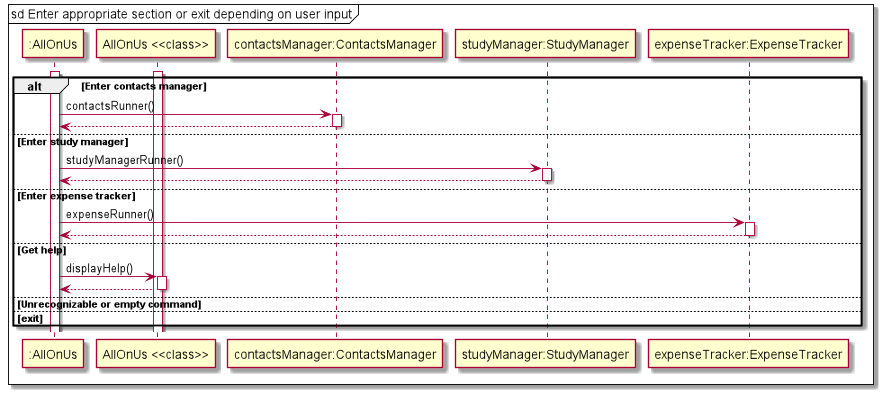
This is docs/images/MenuFeaturesSequenceSubDiagram.png from nus-cs2113-AY2122S2/tp, a PlantUML export, as it was before one commit.
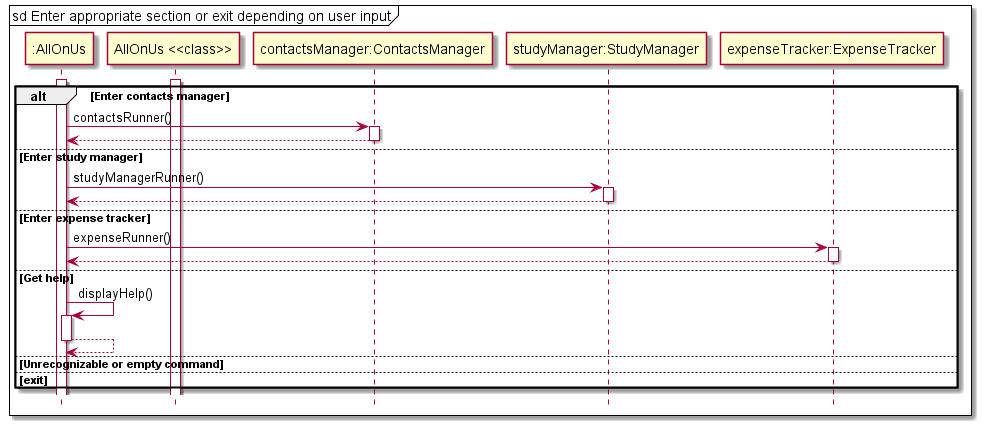
The same diagram one commit later.

Change to the diagram source:
```diff
@@ -1,5 +1,7 @@
 @startuml
 
+skinparam guillemet false
+hide footbox
 mainframe sd Enter appropriate section or exit depending on user input
 activate ":AllOnUs"
 activate "AllOnUs <<class>>"
@@ -13,8 +15,8 @@
     ":AllOnUs" -> "expenseTracker:ExpenseTracker" ++: expenseRunner()
     "expenseTracker:ExpenseTracker" --> ":AllOnUs" --
 else Get help
-    ":AllOnUs" -> "AllOnUs <<class>>"++: displayHelp()
-    "AllOnUs <<class>>" --> ":AllOnUs" --
+    ":AllOnUs" -> ":AllOnUs"++: displayHelp()
+    ":AllOnUs" --> ":AllOnUs" --
 else Unrecognizable or empty command
 
 else exit
```
